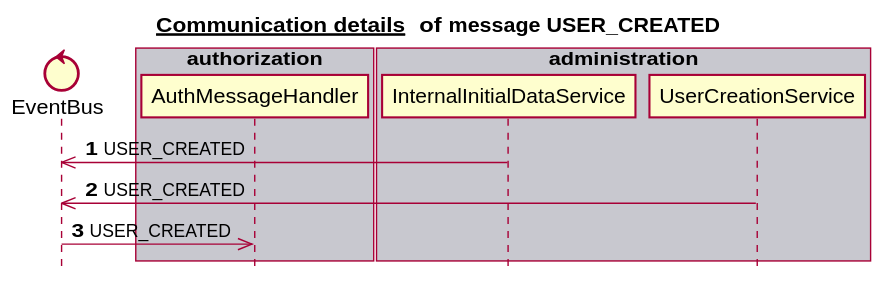
Before: docs/latest/images/gen_domain_messaging_user_created.svg, a diagram exported from PlantUML (mercedes-benz/sechub). The source it was exported from:
```plantuml
@startuml


title __Communication details __ of **message USER_CREATED**
skinparam style strictuml


control EventBus
box "authorization" #C8C8CF
   participant AuthMessageHandler
end box
box "scan" #F8F8FF
end box
box "administration" #C8C8CF
   participant InternalInitialDataService
   participant UserCreationService
end box
box "schedule" #F8F8FF
end box
box "notification" #C8C8CF
end box
autonumber 1
InternalInitialDataService ->> EventBus:USER_CREATED
UserCreationService ->> EventBus:USER_CREATED
EventBus ->> AuthMessageHandler:USER_CREATED
autonumber stop


@enduml
```
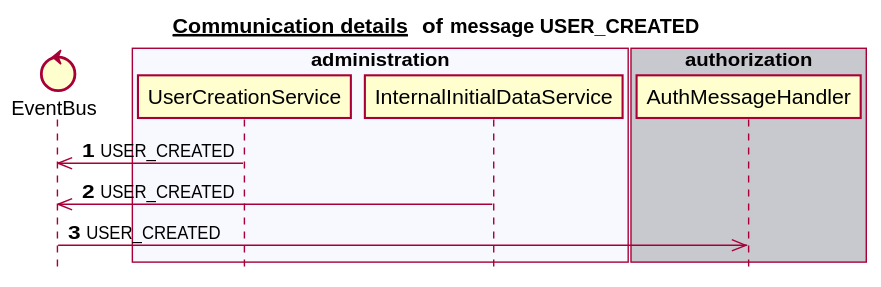
Later version of the same file.

Diff of the diagram source:
```diff
@@ -6,22 +6,22 @@
 
 
 control EventBus
+box "schedule" #C8C8CF
+end box
+box "scan" #F8F8FF
+end box
+box "notification" #C8C8CF
+end box
+box "administration" #F8F8FF
+   participant UserCreationService
+   participant InternalInitialDataService
+end box
 box "authorization" #C8C8CF
    participant AuthMessageHandler
 end box
-box "scan" #F8F8FF
-end box
-box "administration" #C8C8CF
-   participant InternalInitialDataService
-   participant UserCreationService
-end box
-box "schedule" #F8F8FF
-end box
-box "notification" #C8C8CF
-end box
 autonumber 1
+UserCreationService ->> EventBus:USER_CREATED
 InternalInitialDataService ->> EventBus:USER_CREATED
-UserCreationService ->> EventBus:USER_CREATED
 EventBus ->> AuthMessageHandler:USER_CREATED
 autonumber stop
 
```
